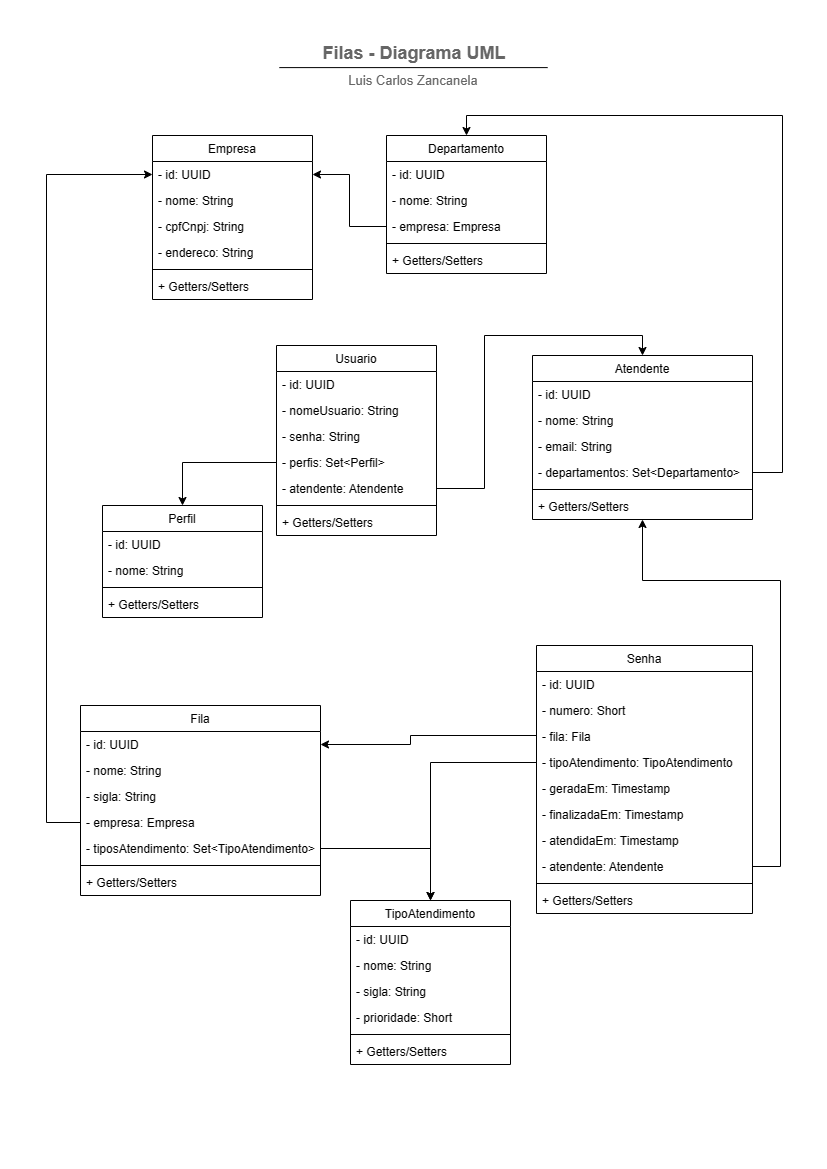
Earlier version of the draw.io export docs/uml-diagram.drawio.png (didifive/queue-service-api). Source tidied: cells renumbered, new cells last; positions are measured from the earlier drawing's top-left corner, leaving out a move shared by most shapes.
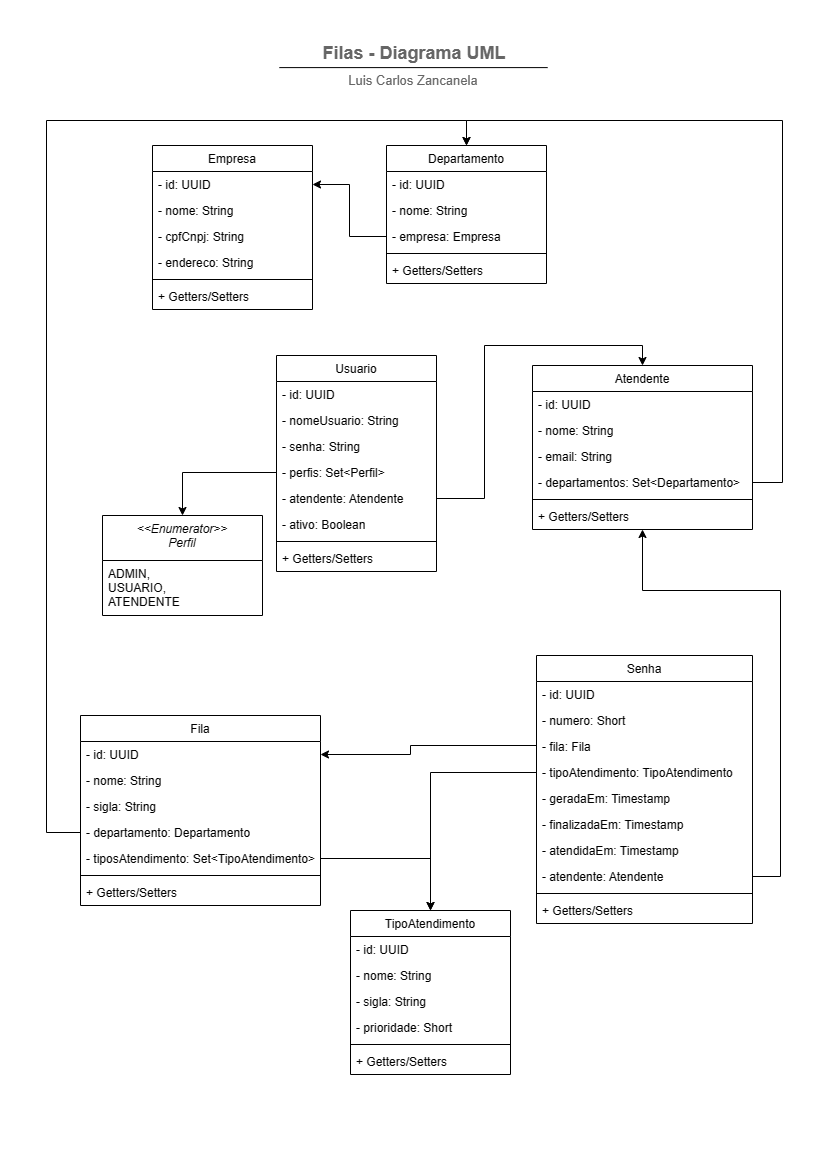
Above is the later version.

Commit message:
feat: update Usuario with enable attribute

Diff of the diagram source:
```diff
@@ -23,11 +23,12 @@
     <mxCell id="8" value="+ Getters/Setters" style="text;align=left;verticalAlign=top;spacingLeft=4;spacingRight=4;overflow=hidden;rounded=0;shadow=0;html=0;" parent="2" vertex="1">
       <mxGeometry y="138" width="160" height="26" as="geometry" />
     </mxCell>
-    <mxCell id="9" style="edgeStyle=orthogonalEdgeStyle;rounded=0;jettySize=auto;html=1;entryX=0;entryY=0.5;entryDx=0;entryDy=0;exitX=0;exitY=0.5;exitDx=0;exitDy=0;" parent="1" edge="1" source="14" target="3">
+    <mxCell id="9" style="edgeStyle=orthogonalEdgeStyle;rounded=0;jettySize=auto;html=1;entryX=0.5;entryY=0;entryDx=0;entryDy=0;exitX=0;exitY=0.5;exitDx=0;exitDy=0;" parent="1" edge="1" source="14" target="52">
       <mxGeometry relative="1" as="geometry">
         <Array as="points">
           <mxPoint y="792" />
-          <mxPoint y="144" />
+          <mxPoint y="80" />
+          <mxPoint x="420" y="80" />
         </Array>
       </mxGeometry>
     </mxCell>
@@ -43,7 +44,7 @@
     <mxCell id="13" value="- sigla: String" style="text;align=left;verticalAlign=top;spacingLeft=4;spacingRight=4;overflow=hidden;rounded=0;shadow=0;html=0;" parent="10" vertex="1">
       <mxGeometry y="78" width="240" height="26" as="geometry" />
     </mxCell>
-    <mxCell id="14" value="- empresa: Empresa" style="text;align=left;verticalAlign=top;spacingLeft=4;spacingRight=4;overflow=hidden;points=[[0,0.5],[1,0.5]];portConstraint=eastwest;rounded=0;shadow=0;html=0;" parent="10" vertex="1">
+    <mxCell id="14" value="- departamento: Departamento" style="text;align=left;verticalAlign=top;spacingLeft=4;spacingRight=4;overflow=hidden;points=[[0,0.5],[1,0.5]];portConstraint=eastwest;rounded=0;shadow=0;html=0;" parent="10" vertex="1">
       <mxGeometry y="104" width="240" height="26" as="geometry" />
     </mxCell>
     <mxCell id="15" value="- tiposAtendimento: Set&lt;TipoAtendimento&gt;" style="text;align=left;verticalAlign=top;spacingLeft=4;spacingRight=4;overflow=hidden;points=[[0,0.5],[1,0.5]];portConstraint=eastwest;rounded=0;shadow=0;html=0;" parent="10" vertex="1">
@@ -119,7 +120,7 @@
       <mxGeometry y="138" width="220" height="26" as="geometry" />
     </mxCell>
     <mxCell id="37" value="Usuario" style="swimlane;fontStyle=0;align=center;verticalAlign=top;horizontal=1;startSize=26;rounded=0;shadow=0;strokeWidth=1;" parent="1" vertex="1">
-      <mxGeometry x="230" y="315" width="160" height="190" as="geometry" />
+      <mxGeometry x="230" y="315" width="160" height="216" as="geometry" />
     </mxCell>
     <mxCell id="38" value="- id: UUID" style="text;align=left;verticalAlign=top;spacingLeft=4;spacingRight=4;overflow=hidden;" parent="37" vertex="1">
       <mxGeometry y="26" width="160" height="26" as="geometry" />
@@ -136,27 +137,21 @@
     <mxCell id="42" value="- atendente: Atendente" style="text;align=left;verticalAlign=top;spacingLeft=4;spacingRight=4;overflow=hidden;points=[[0,0.5],[1,0.5]];portConstraint=eastwest;rounded=0;shadow=0;html=0;" parent="37" vertex="1">
       <mxGeometry y="130" width="160" height="26" as="geometry" />
     </mxCell>
+    <mxCell id="74" value="- ativo: Boolean" style="text;align=left;verticalAlign=top;spacingLeft=4;spacingRight=4;overflow=hidden;rounded=0;shadow=0;html=0;" parent="37" vertex="1">
+      <mxGeometry y="156" width="160" height="26" as="geometry" />
+    </mxCell>
     <mxCell id="43" style="line;html=1;strokeWidth=1;align=left;verticalAlign=middle;spacingTop=-1;spacingLeft=3;spacingRight=3;labelPosition=right;" parent="37" vertex="1">
-      <mxGeometry y="156" width="160" height="8" as="geometry" />
+      <mxGeometry y="182" width="160" height="8" as="geometry" />
     </mxCell>
     <mxCell id="44" value="+ Getters/Setters" style="text;align=left;verticalAlign=top;spacingLeft=4;spacingRight=4;overflow=hidden;rounded=0;shadow=0;html=0;" parent="37" vertex="1">
-      <mxGeometry y="164" width="160" height="26" as="geometry" />
+      <mxGeometry y="190" width="160" height="26" as="geometry" />
     </mxCell>
-    <mxCell id="45" value="Perfil" style="swimlane;fontStyle=0;align=center;verticalAlign=top;horizontal=1;startSize=26;rounded=0;shadow=0;strokeWidth=1;" parent="1" vertex="1">
-      <mxGeometry x="56" y="475" width="160" height="112" as="geometry" />
+    <mxCell id="45" value="&lt;&lt;Enumerator&gt;&gt;&#10;Perfil" style="swimlane;fontStyle=2;align=center;verticalAlign=top;horizontal=1;startSize=45;rounded=0;shadow=0;strokeWidth=1;" parent="1" vertex="1">
+      <mxGeometry x="56" y="475" width="160" height="100" as="geometry" />
     </mxCell>
-    <mxCell id="46" value="- id: UUID" style="text;align=left;verticalAlign=top;spacingLeft=4;spacingRight=4;overflow=hidden;" parent="45" vertex="1">
-      <mxGeometry y="26" width="160" height="26" as="geometry" />
+    <mxCell id="46" value="ADMIN, &#10;USUARIO, &#10;ATENDENTE" style="text;align=left;verticalAlign=top;spacingLeft=4;spacingRight=4;overflow=hidden;" parent="45" vertex="1">
+      <mxGeometry y="45" width="160" height="55" as="geometry" />
     </mxCell>
-    <mxCell id="47" value="- nome: String" style="text;align=left;verticalAlign=top;spacingLeft=4;spacingRight=4;overflow=hidden;" parent="45" vertex="1">
-      <mxGeometry y="52" width="160" height="26" as="geometry" />
-    </mxCell>
-    <mxCell id="48" style="line;html=1;strokeWidth=1;align=left;verticalAlign=middle;spacingTop=-1;spacingLeft=3;spacingRight=3;labelPosition=right;" parent="45" vertex="1">
-      <mxGeometry y="78" width="160" height="8" as="geometry" />
-    </mxCell>
-    <mxCell id="49" value="+ Getters/Setters" style="text;align=left;verticalAlign=top;spacingLeft=4;spacingRight=4;overflow=hidden;rounded=0;shadow=0;html=0;" parent="45" vertex="1">
-      <mxGeometry y="86" width="160" height="26" as="geometry" />
-    </mxCell>
     <mxCell id="50" style="edgeStyle=orthogonalEdgeStyle;rounded=0;jettySize=auto;html=1;entryX=1;entryY=0.5;entryDx=0;entryDy=0;exitX=0;exitY=0.5;exitDx=0;exitDy=0;" parent="1" edge="1" source="22" target="11">
       <mxGeometry relative="1" as="geometry">
         <Array as="points">
@@ -188,7 +183,7 @@
       <mxGeometry y="112" width="160" height="26" as="geometry" />
     </mxCell>
     <mxCell id="58" style="group;" parent="1" vertex="1">
-      <mxGeometry x="217" width="300.9" height="66" as="geometry" />
+      <mxGeometry x="217" y="-10" width="300.9" height="66" as="geometry" />
     </mxCell>
     <mxCell id="59" value="Filas - Diagrama UML" style="text;html=1;strokeColor=none;fillColor=none;align=center;verticalAlign=middle;whiteSpace=wrap;rounded=0;fontStyle=1;fontSize=18;fontColor=#666666;" parent="58" vertex="1">
       <mxGeometry x="0.9" width="300" height="45.8" as="geometry" />
@@ -230,8 +225,8 @@
       <mxGeometry relative="1" as="geometry">
         <Array as="points">
           <mxPoint x="736" y="442" />
-          <mxPoint x="736" y="85" />
-          <mxPoint x="420" y="85" />
+          <mxPoint x="736" y="80" />
+          <mxPoint x="420" y="80" />
         </Array>
       </mxGeometry>
     </mxCell>
```
